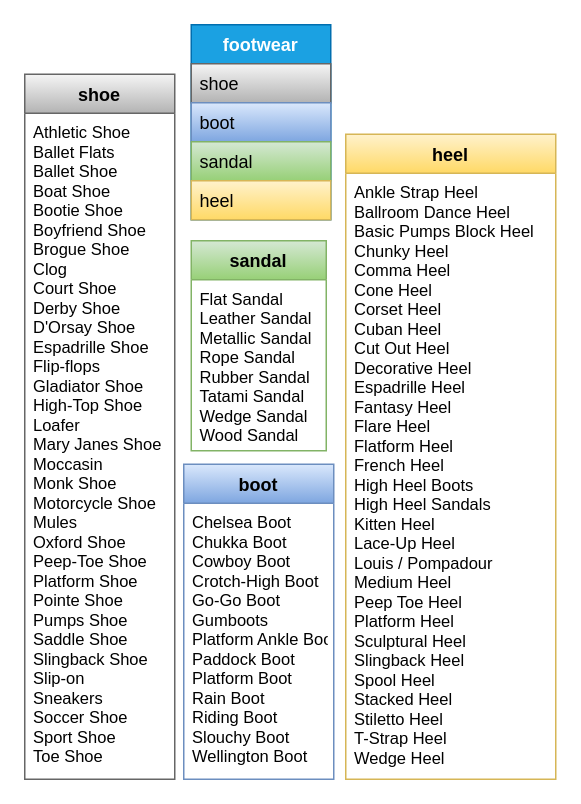
morawi/ddoif keeps this draw.io diagram as footwear_class.drawio. Above is the earlier version. Source tidied: cells renumbered, new cells numbered last; positions are measured from the earlier drawing's top-left corner, leaving out a move shared by most shapes. Both pictures are drawn from the tidied source at 150%, with x=0, y=0 at pixel (24, 24).
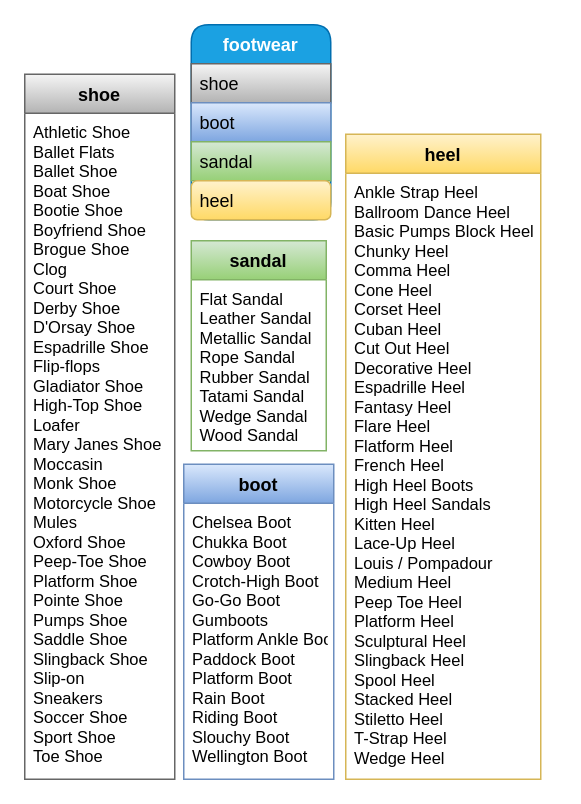
After the change.

Diff of the diagram source:
```diff
@@
 <mxGraphModel>
   <root>
     <mxCell id="0" />
     <mxCell id="1" parent="0" />
     <mxCell id="2" value="boot" style="swimlane;fontStyle=1;align=center;verticalAlign=top;horizontal=1;startSize=26;rounded=0;shadow=0;strokeWidth=1;swimlaneFillColor=#ffffff;fillColor=#dae8fc;strokeColor=#6c8ebf;gradientColor=#7ea6e0;" parent="1" vertex="1">
       <mxGeometry x="106" y="293" width="100" height="210" as="geometry" />
     </mxCell>
     <mxCell id="3" value="Chelsea Boot&#10;Chukka Boot&#10;Cowboy Boot&#10;Crotch-High Boot&#10;Go-Go Boot&#10;Gumboots&#10;Platform Ankle Boot&#10;Paddock Boot&#10;Platform Boot&#10;Rain Boot&#10;Riding Boot&#10;Slouchy Boot&#10;Wellington Boot" style="text;align=left;verticalAlign=top;spacingLeft=4;spacingRight=4;overflow=hidden;fontSize=11;" parent="2" vertex="1">
       <mxGeometry y="26" width="100" height="184" as="geometry" />
     </mxCell>
     <mxCell id="4" value="heel" style="swimlane;fontStyle=1;align=center;verticalAlign=top;horizontal=1;startSize=26;rounded=0;shadow=0;strokeWidth=1;swimlaneFillColor=#ffffff;fillColor=#fff2cc;strokeColor=#d6b656;gradientColor=#ffd966;" parent="1" vertex="1">
-      <mxGeometry x="214" y="73" width="140" height="430" as="geometry" />
+      <mxGeometry x="214" y="73" width="130" height="430" as="geometry" />
     </mxCell>
     <mxCell id="5" value="Ankle Strap Heel&#10;Ballroom Dance Heel&#10;Basic Pumps Block Heel&#10;Chunky Heel&#10;Comma Heel&#10;Cone Heel&#10;Corset Heel&#10;Cuban Heel&#10;Cut Out Heel&#10;Decorative Heel&#10;Espadrille Heel&#10;Fantasy Heel&#10;Flare Heel&#10;Flatform Heel&#10;French Heel&#10;High Heel Boots&#10;High Heel Sandals&#10;Kitten Heel&#10;Lace-Up Heel&#10;Louis / Pompadour&#10;Medium Heel&#10;Peep Toe Heel&#10;Platform Heel&#10;Sculptural Heel&#10;Slingback Heel&#10;Spool Heel&#10;Stacked Heel&#10;Stiletto Heel&#10;T-Strap Heel&#10;Wedge Heel" style="text;align=left;verticalAlign=top;spacingLeft=4;spacingRight=4;overflow=hidden;fontSize=11;" parent="4" vertex="1">
-      <mxGeometry y="26" width="140" height="404" as="geometry" />
+      <mxGeometry y="26" width="130" height="404" as="geometry" />
     </mxCell>
     <mxCell id="6" value="shoe" style="swimlane;fontStyle=1;align=center;verticalAlign=top;horizontal=1;startSize=26;rounded=0;shadow=0;strokeWidth=1;swimlaneFillColor=#ffffff;fillColor=#f5f5f5;strokeColor=#666666;gradientColor=#b3b3b3;" parent="1" vertex="1">
       <mxGeometry y="33" width="100" height="470" as="geometry" />
     </mxCell>
     <mxCell id="7" value="Athletic Shoe&#10;Ballet Flats&#10;Ballet Shoe&#10;Boat Shoe&#10;Bootie Shoe&#10;Boyfriend Shoe&#10;Brogue Shoe&#10;Clog&#10;Court Shoe&#10;Derby Shoe&#10;D'Orsay Shoe&#10;Espadrille Shoe&#10;Flip-flops&#10;Gladiator Shoe&#10;High-Top Shoe&#10;Loafer&#10;Mary Janes Shoe&#10;Moccasin&#10;Monk Shoe&#10;Motorcycle Shoe&#10;Mules&#10;Oxford Shoe&#10;Peep-Toe Shoe&#10;Platform Shoe&#10;Pointe Shoe&#10;Pumps Shoe&#10;Saddle Shoe&#10;Slingback Shoe&#10;Slip-on&#10;Sneakers&#10;Soccer Shoe&#10;Sport Shoe&#10;Toe Shoe" style="text;align=left;verticalAlign=top;spacingLeft=4;spacingRight=4;overflow=hidden;fontSize=11;" parent="6" vertex="1">
       <mxGeometry y="26" width="100" height="444" as="geometry" />
     </mxCell>
     <mxCell id="8" value="sandal" style="swimlane;fontStyle=1;align=center;verticalAlign=top;horizontal=1;startSize=26;rounded=0;shadow=0;strokeWidth=1;swimlaneFillColor=#ffffff;fillColor=#d5e8d4;strokeColor=#82b366;gradientColor=#97d077;" parent="1" vertex="1">
       <mxGeometry x="111" y="144" width="90" height="140" as="geometry" />
     </mxCell>
     <mxCell id="9" value="Flat Sandal&#10;Leather Sandal&#10;Metallic Sandal&#10;Rope Sandal&#10;Rubber Sandal&#10;Tatami Sandal&#10;Wedge Sandal&#10;Wood Sandal" style="text;align=left;verticalAlign=top;spacingLeft=4;spacingRight=4;overflow=hidden;fontSize=11;" parent="8" vertex="1">
       <mxGeometry y="26" width="90" height="114" as="geometry" />
     </mxCell>
-    <mxCell id="10" value="footwear" style="swimlane;fontStyle=1;align=center;verticalAlign=top;horizontal=1;startSize=26;rounded=0;shadow=0;strokeWidth=1;fillColor=#1ba1e2;strokeColor=#006EAF;fontColor=#ffffff;" parent="1" vertex="1">
+    <mxCell id="10" value="footwear" style="swimlane;fontStyle=1;align=center;verticalAlign=top;horizontal=1;startSize=26;rounded=1;shadow=0;strokeWidth=1;fillColor=#1ba1e2;strokeColor=#006EAF;fontColor=#ffffff;" parent="1" vertex="1">
       <mxGeometry x="111" width="93" height="130" as="geometry" />
     </mxCell>
     <mxCell id="11" value="shoe" style="text;align=left;verticalAlign=top;spacingLeft=4;spacingRight=4;overflow=hidden;rounded=0;shadow=0;html=0;fillColor=#f5f5f5;strokeColor=#666666;gradientColor=#b3b3b3;" parent="10" vertex="1">
       <mxGeometry y="26" width="93" height="26" as="geometry" />
     </mxCell>
     <mxCell id="12" value="boot" style="text;align=left;verticalAlign=top;spacingLeft=4;spacingRight=4;overflow=hidden;fillColor=#dae8fc;strokeColor=#6c8ebf;gradientColor=#7ea6e0;" parent="10" vertex="1">
       <mxGeometry y="52" width="93" height="26" as="geometry" />
     </mxCell>
     <mxCell id="13" value="sandal" style="text;align=left;verticalAlign=top;spacingLeft=4;spacingRight=4;overflow=hidden;fillColor=#d5e8d4;strokeColor=#82b366;gradientColor=#97d077;" parent="10" vertex="1">
       <mxGeometry y="78" width="93" height="26" as="geometry" />
     </mxCell>
-    <mxCell id="14" value="heel" style="text;align=left;verticalAlign=top;spacingLeft=4;spacingRight=4;overflow=hidden;gradientColor=#ffd966;fillColor=#fff2cc;strokeColor=#d6b656;" parent="10" vertex="1">
+    <mxCell id="14" value="heel" style="text;align=left;verticalAlign=top;spacingLeft=4;spacingRight=4;overflow=hidden;rounded=1;shadow=0;html=0;fillColor=#FFF2CC;strokeColor=#D6B656;gradientColor=#FFD966;" parent="10" vertex="1">
       <mxGeometry y="104" width="93" height="26" as="geometry" />
     </mxCell>
   </root>
 </mxGraphModel>
```
